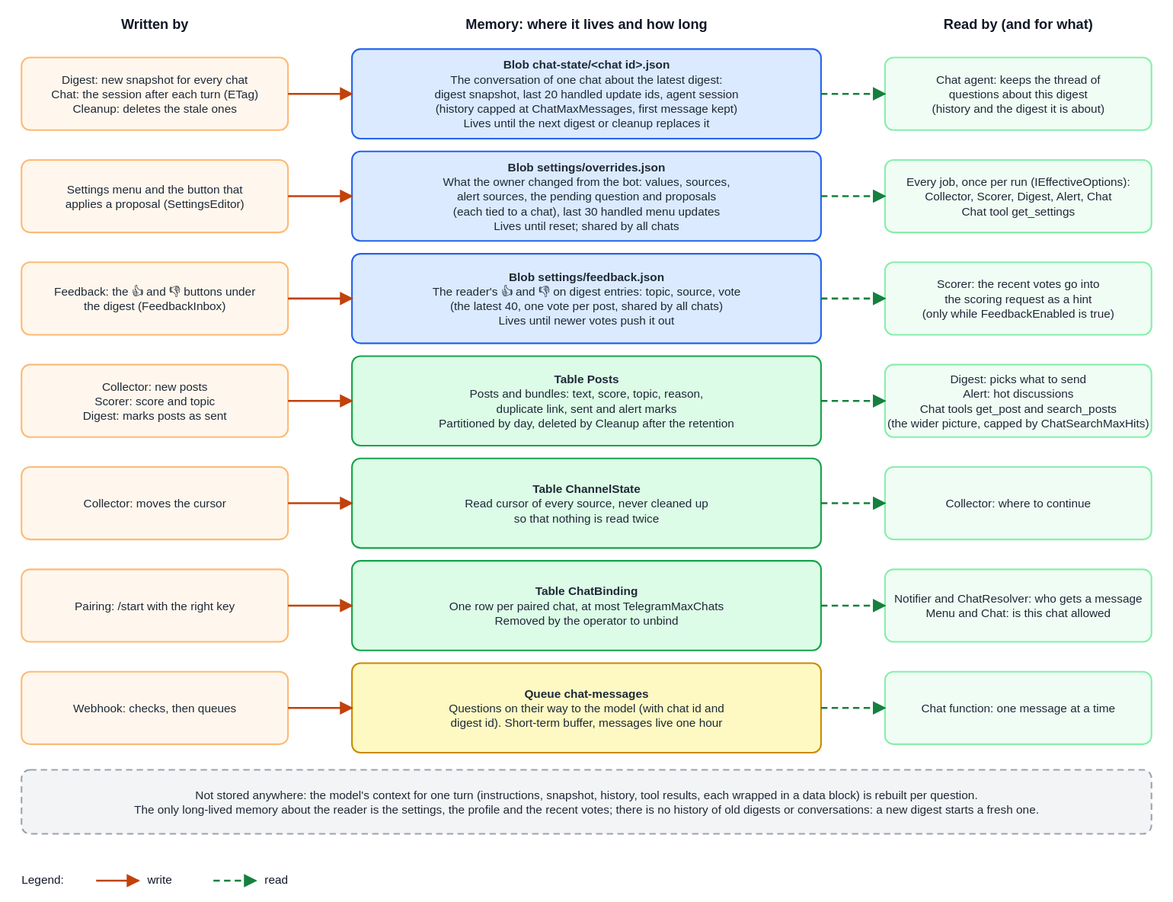
KopylP/signal-feed keeps this draw.io diagram as docs/developer-guide/images/memory.drawio.svg. Above is the earlier version. Source tidied: cells renumbered, new cells last; positions are measured from the earlier drawing's top-left corner, leaving out a move shared by most shapes.
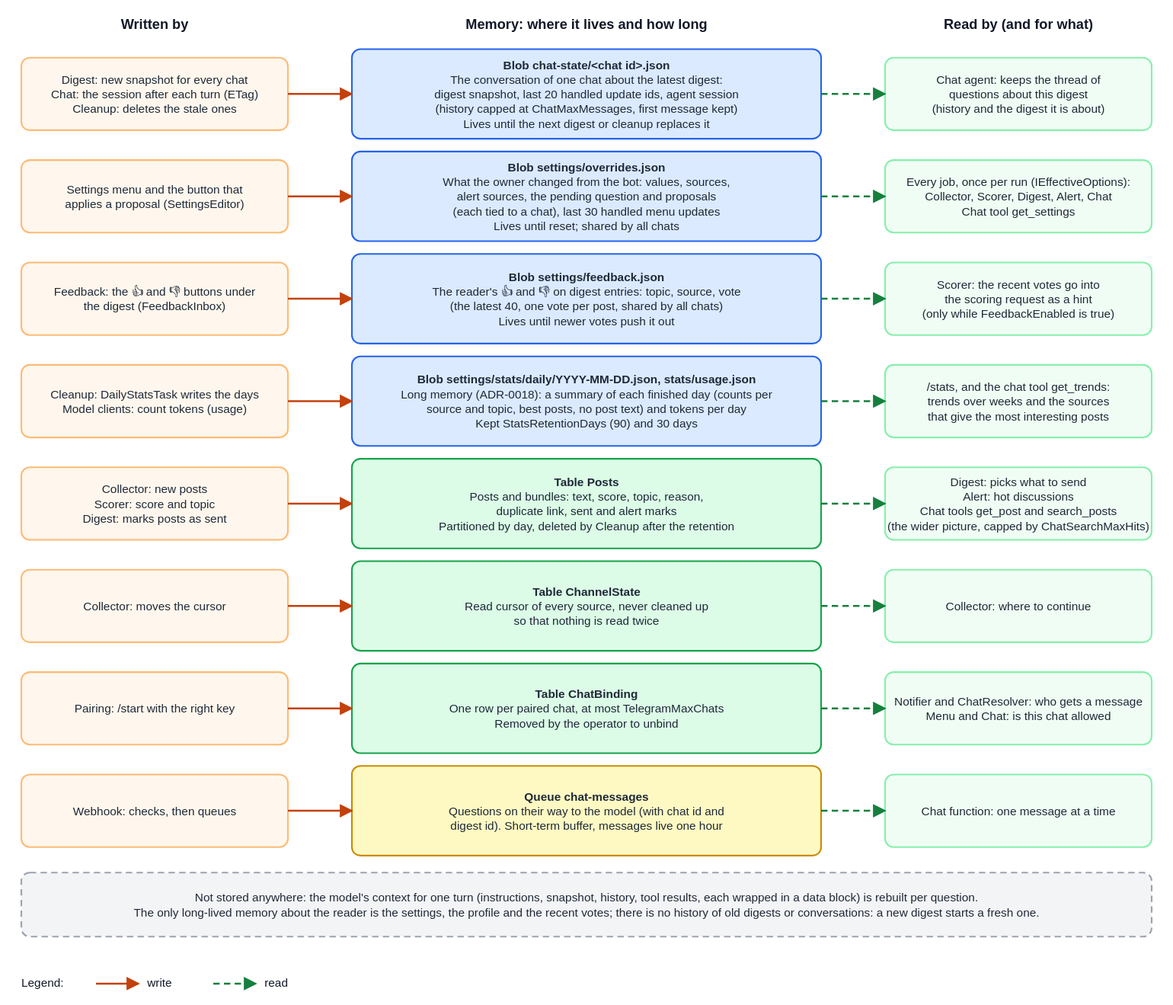
The same diagram one commit later.

The edit, as a diff of the source:
```diff
@@ -3,104 +3,134 @@
     <mxCell id="0" />
     <mxCell id="1" parent="0" />
     <mxCell id="2" value="&lt;b&gt;Written by&lt;/b&gt;" style="text;html=1;whiteSpace=wrap;align=center;verticalAlign=top;spacing=0;fontSize=13;fontColor=#111827;" parent="1" vertex="1">
-      <mxGeometry width="250" height="19" as="geometry" />
+      <mxGeometry y="-96" width="250" height="19" as="geometry" />
     </mxCell>
     <mxCell id="3" value="&lt;b&gt;Memory: where it lives and how long&lt;/b&gt;" style="text;html=1;whiteSpace=wrap;align=center;verticalAlign=top;spacing=0;fontSize=13;fontColor=#111827;" parent="1" vertex="1">
-      <mxGeometry x="310" width="440" height="19" as="geometry" />
+      <mxGeometry x="310" y="-96" width="440" height="19" as="geometry" />
     </mxCell>
     <mxCell id="4" value="&lt;b&gt;Read by (and for what)&lt;/b&gt;" style="text;html=1;whiteSpace=wrap;align=center;verticalAlign=top;spacing=0;fontSize=13;fontColor=#111827;" parent="1" vertex="1">
-      <mxGeometry x="810" width="250" height="19" as="geometry" />
+      <mxGeometry x="810" y="-96" width="250" height="19" as="geometry" />
     </mxCell>
     <mxCell id="5" style="rounded=1;arcSize=6;html=1;strokeColor=#2563eb;fillColor=#dbeafe;strokeWidth=1.5;" parent="1" vertex="1">
-      <mxGeometry x="310" y="32" width="440" height="84" as="geometry" />
+      <mxGeometry x="310" y="-64" width="440" height="84" as="geometry" />
     </mxCell>
     <mxCell id="6" value="&lt;b&gt;Blob  chat-state/&amp;lt;chat id&amp;gt;.json&lt;/b&gt;&lt;br&gt;The conversation of one chat about the latest digest:&lt;br&gt;digest snapshot, last 20 handled update ids, agent session&lt;br&gt;(history capped at ChatMaxMessages, first message kept)&lt;br&gt;Lives until the next digest or cleanup replaces it" style="text;html=1;whiteSpace=wrap;align=center;verticalAlign=top;spacing=0;fontSize=11;fontColor=#1f2937;" parent="1" vertex="1">
-      <mxGeometry x="310" y="39.6" width="440" height="70.8" as="geometry" />
+      <mxGeometry x="310" y="-56.4" width="440" height="70.8" as="geometry" />
     </mxCell>
     <mxCell id="7" style="rounded=1;arcSize=6;html=1;strokeColor=#fdba74;fillColor=#fff7ed;strokeWidth=1.5;" parent="1" vertex="1">
-      <mxGeometry y="40" width="250" height="68" as="geometry" />
+      <mxGeometry y="-56" width="250" height="68" as="geometry" />
     </mxCell>
     <mxCell id="8" value="Digest: new snapshot for every chat&lt;br&gt;Chat: the session after each turn (ETag)&lt;br&gt;Cleanup: deletes the stale ones" style="text;html=1;whiteSpace=wrap;align=center;verticalAlign=top;spacing=0;fontSize=11;fontColor=#1f2937;" parent="1" vertex="1">
-      <mxGeometry y="53.4" width="250" height="43.2" as="geometry" />
+      <mxGeometry y="-42.6" width="250" height="43.2" as="geometry" />
     </mxCell>
     <mxCell id="9" style="rounded=1;arcSize=6;html=1;strokeColor=#86efac;fillColor=#f0fdf4;strokeWidth=1.5;" parent="1" vertex="1">
-      <mxGeometry x="810" y="40" width="250" height="68" as="geometry" />
+      <mxGeometry x="810" y="-56" width="250" height="68" as="geometry" />
     </mxCell>
     <mxCell id="10" value="Chat agent: keeps the thread of&lt;br&gt;questions about this digest&lt;br&gt;(history and the digest it is about)" style="text;html=1;whiteSpace=wrap;align=center;verticalAlign=top;spacing=0;fontSize=11;fontColor=#1f2937;" parent="1" vertex="1">
-      <mxGeometry x="810" y="53.4" width="250" height="43.2" as="geometry" />
+      <mxGeometry x="810" y="-42.6" width="250" height="43.2" as="geometry" />
     </mxCell>
     <mxCell id="11" style="endArrow=block;html=1;strokeColor=#c2410c;strokeWidth=1.8;" parent="1" edge="1">
       <mxGeometry relative="1" as="geometry">
-        <mxPoint x="250" y="74" as="sourcePoint" />
-        <mxPoint x="310" y="74" as="targetPoint" />
+        <mxPoint x="250" y="-22" as="sourcePoint" />
+        <mxPoint x="310" y="-22" as="targetPoint" />
       </mxGeometry>
     </mxCell>
     <mxCell id="12" style="endArrow=block;html=1;strokeColor=#15803d;strokeWidth=1.8;dashed=1;" parent="1" edge="1">
       <mxGeometry relative="1" as="geometry">
-        <mxPoint x="750" y="74" as="sourcePoint" />
-        <mxPoint x="810" y="74" as="targetPoint" />
+        <mxPoint x="750" y="-22" as="sourcePoint" />
+        <mxPoint x="810" y="-22" as="targetPoint" />
       </mxGeometry>
     </mxCell>
     <mxCell id="13" style="rounded=1;arcSize=6;html=1;strokeColor=#2563eb;fillColor=#dbeafe;strokeWidth=1.5;" parent="1" vertex="1">
-      <mxGeometry x="310" y="128" width="440" height="84" as="geometry" />
+      <mxGeometry x="310" y="32" width="440" height="84" as="geometry" />
     </mxCell>
     <mxCell id="14" value="&lt;b&gt;Blob  settings/overrides.json&lt;/b&gt;&lt;br&gt;What the owner changed from the bot: values, sources,&lt;br&gt;alert sources, the pending question and proposals&lt;br&gt;(each tied to a chat), last 30 handled menu updates&lt;br&gt;Lives until reset; shared by all chats" style="text;html=1;whiteSpace=wrap;align=center;verticalAlign=top;spacing=0;fontSize=11;fontColor=#1f2937;" parent="1" vertex="1">
-      <mxGeometry x="310" y="135.6" width="440" height="70.8" as="geometry" />
+      <mxGeometry x="310" y="39.6" width="440" height="70.8" as="geometry" />
     </mxCell>
     <mxCell id="15" style="rounded=1;arcSize=6;html=1;strokeColor=#fdba74;fillColor=#fff7ed;strokeWidth=1.5;" parent="1" vertex="1">
-      <mxGeometry y="136" width="250" height="68" as="geometry" />
+      <mxGeometry y="40" width="250" height="68" as="geometry" />
     </mxCell>
     <mxCell id="16" value="Settings menu and the button that&lt;br&gt;applies a proposal (SettingsEditor)" style="text;html=1;whiteSpace=wrap;align=center;verticalAlign=top;spacing=0;fontSize=11;fontColor=#1f2937;" parent="1" vertex="1">
-      <mxGeometry y="156.2" width="250" height="29.5" as="geometry" />
+      <mxGeometry y="60.2" width="250" height="29.5" as="geometry" />
     </mxCell>
     <mxCell id="17" style="rounded=1;arcSize=6;html=1;strokeColor=#86efac;fillColor=#f0fdf4;strokeWidth=1.5;" parent="1" vertex="1">
-      <mxGeometry x="810" y="136" width="250" height="68" as="geometry" />
+      <mxGeometry x="810" y="40" width="250" height="68" as="geometry" />
     </mxCell>
     <mxCell id="18" value="Every job, once per run (IEffectiveOptions):&lt;br&gt;Collector, Scorer, Digest, Alert, Chat&lt;br&gt;Chat tool get_settings" style="text;html=1;whiteSpace=wrap;align=center;verticalAlign=top;spacing=0;fontSize=11;fontColor=#1f2937;" parent="1" vertex="1">
-      <mxGeometry x="810" y="149.4" width="250" height="43.2" as="geometry" />
+      <mxGeometry x="810" y="53.4" width="250" height="43.2" as="geometry" />
     </mxCell>
     <mxCell id="19" style="endArrow=block;html=1;strokeColor=#c2410c;strokeWidth=1.8;" parent="1" edge="1">
       <mxGeometry relative="1" as="geometry">
-        <mxPoint x="250" y="170" as="sourcePoint" />
-        <mxPoint x="310" y="170" as="targetPoint" />
+        <mxPoint x="250" y="74" as="sourcePoint" />
+        <mxPoint x="310" y="74" as="targetPoint" />
       </mxGeometry>
     </mxCell>
     <mxCell id="20" style="endArrow=block;html=1;strokeColor=#15803d;strokeWidth=1.8;dashed=1;" parent="1" edge="1">
       <mxGeometry relative="1" as="geometry">
-        <mxPoint x="750" y="170" as="sourcePoint" />
-        <mxPoint x="810" y="170" as="targetPoint" />
+        <mxPoint x="750" y="74" as="sourcePoint" />
+        <mxPoint x="810" y="74" as="targetPoint" />
       </mxGeometry>
     </mxCell>
     <mxCell id="21" style="rounded=1;arcSize=6;html=1;strokeColor=#2563eb;fillColor=#dbeafe;strokeWidth=1.5;" parent="1" vertex="1">
-      <mxGeometry x="310" y="224" width="440" height="84" as="geometry" />
+      <mxGeometry x="310" y="128" width="440" height="84" as="geometry" />
     </mxCell>
     <mxCell id="22" value="&lt;b&gt;Blob  settings/feedback.json&lt;/b&gt;&lt;br&gt;The reader's 👍 and 👎 on digest entries: topic, source, vote&lt;br&gt;(the latest 40, one vote per post, shared by all chats)&lt;br&gt;Lives until newer votes push it out" style="text;html=1;whiteSpace=wrap;align=center;verticalAlign=top;spacing=0;fontSize=11;fontColor=#1f2937;" parent="1" vertex="1">
-      <mxGeometry x="310" y="238.5" width="440" height="57" as="geometry" />
+      <mxGeometry x="310" y="142.5" width="440" height="57" as="geometry" />
     </mxCell>
     <mxCell id="23" style="rounded=1;arcSize=6;html=1;strokeColor=#fdba74;fillColor=#fff7ed;strokeWidth=1.5;" parent="1" vertex="1">
-      <mxGeometry y="232" width="250" height="68" as="geometry" />
+      <mxGeometry y="136" width="250" height="68" as="geometry" />
     </mxCell>
     <mxCell id="24" value="Feedback: the 👍 and 👎 buttons under&lt;br&gt;the digest (FeedbackInbox)" style="text;html=1;whiteSpace=wrap;align=center;verticalAlign=top;spacing=0;fontSize=11;fontColor=#1f2937;" parent="1" vertex="1">
-      <mxGeometry y="252.2" width="250" height="29.5" as="geometry" />
+      <mxGeometry y="156.2" width="250" height="29.5" as="geometry" />
     </mxCell>
     <mxCell id="25" style="rounded=1;arcSize=6;html=1;strokeColor=#86efac;fillColor=#f0fdf4;strokeWidth=1.5;" parent="1" vertex="1">
-      <mxGeometry x="810" y="232" width="250" height="68" as="geometry" />
+      <mxGeometry x="810" y="136" width="250" height="68" as="geometry" />
     </mxCell>
     <mxCell id="26" value="Scorer: the recent votes go into&lt;br&gt;the scoring request as a hint&lt;br&gt;(only while FeedbackEnabled is true)" style="text;html=1;whiteSpace=wrap;align=center;verticalAlign=top;spacing=0;fontSize=11;fontColor=#1f2937;" parent="1" vertex="1">
-      <mxGeometry x="810" y="245.4" width="250" height="43.2" as="geometry" />
+      <mxGeometry x="810" y="149.4" width="250" height="43.2" as="geometry" />
     </mxCell>
     <mxCell id="27" style="endArrow=block;html=1;strokeColor=#c2410c;strokeWidth=1.8;" parent="1" edge="1">
       <mxGeometry relative="1" as="geometry">
-        <mxPoint x="250" y="266" as="sourcePoint" />
-        <mxPoint x="310" y="266" as="targetPoint" />
+        <mxPoint x="250" y="170" as="sourcePoint" />
+        <mxPoint x="310" y="170" as="targetPoint" />
       </mxGeometry>
     </mxCell>
     <mxCell id="28" style="endArrow=block;html=1;strokeColor=#15803d;strokeWidth=1.8;dashed=1;" parent="1" edge="1">
       <mxGeometry relative="1" as="geometry">
-        <mxPoint x="750" y="266" as="sourcePoint" />
-        <mxPoint x="810" y="266" as="targetPoint" />
+        <mxPoint x="750" y="170" as="sourcePoint" />
+        <mxPoint x="810" y="170" as="targetPoint" />
       </mxGeometry>
     </mxCell>
+    <mxCell id="68" style="rounded=1;arcSize=6;html=1;strokeColor=#2563eb;fillColor=#dbeafe;strokeWidth=1.5;" parent="1" vertex="1">
+      <mxGeometry x="310" y="224" width="440" height="84" as="geometry" />
+    </mxCell>
+    <mxCell id="69" value="&lt;b&gt;Blob  settings/stats/daily/YYYY-MM-DD.json, stats/usage.json&lt;/b&gt;&lt;br&gt;Long memory (ADR-0018): a summary of each finished day (counts per&lt;br&gt;source and topic, best posts, no post text) and tokens per day&lt;br&gt;Kept StatsRetentionDays (90) and 30 days" style="text;html=1;whiteSpace=wrap;align=center;verticalAlign=top;spacing=0;fontSize=11;fontColor=#1f2937;" parent="1" vertex="1">
+      <mxGeometry x="310" y="238.5" width="440" height="57" as="geometry" />
+    </mxCell>
+    <mxCell id="70" style="rounded=1;arcSize=6;html=1;strokeColor=#fdba74;fillColor=#fff7ed;strokeWidth=1.5;" parent="1" vertex="1">
+      <mxGeometry y="232" width="250" height="68" as="geometry" />
+    </mxCell>
+    <mxCell id="71" value="Cleanup: DailyStatsTask writes the days&lt;br&gt;Model clients: count tokens (usage)" style="text;html=1;whiteSpace=wrap;align=center;verticalAlign=top;spacing=0;fontSize=11;fontColor=#1f2937;" parent="1" vertex="1">
+      <mxGeometry y="252.2" width="250" height="29.5" as="geometry" />
+    </mxCell>
+    <mxCell id="72" style="rounded=1;arcSize=6;html=1;strokeColor=#86efac;fillColor=#f0fdf4;strokeWidth=1.5;" parent="1" vertex="1">
+      <mxGeometry x="810" y="232" width="250" height="68" as="geometry" />
+    </mxCell>
+    <mxCell id="73" value="/stats, and the chat tool get_trends:&lt;br&gt;trends over weeks and the sources&lt;br&gt;that give the most interesting posts" style="text;html=1;whiteSpace=wrap;align=center;verticalAlign=top;spacing=0;fontSize=11;fontColor=#1f2937;" parent="1" vertex="1">
+      <mxGeometry x="810" y="245.4" width="250" height="43.2" as="geometry" />
+    </mxCell>
+    <mxCell id="74" style="endArrow=block;html=1;strokeColor=#c2410c;strokeWidth=1.8;" parent="1" edge="1">
+      <mxGeometry relative="1" as="geometry">
+        <mxPoint x="250" y="266" as="sourcePoint" />
+        <mxPoint x="310" y="266" as="targetPoint" />
+      </mxGeometry>
+    </mxCell>
+    <mxCell id="75" style="endArrow=block;html=1;strokeColor=#15803d;strokeWidth=1.8;dashed=1;" parent="1" edge="1">
+      <mxGeometry relative="1" as="geometry">
+        <mxPoint x="750" y="266" as="sourcePoint" />
+        <mxPoint x="810" y="266" as="targetPoint" />
+      </mxGeometry>
+    </mxCell>
     <mxCell id="29" style="rounded=1;arcSize=6;html=1;strokeColor=#16a34a;fillColor=#dcfce7;strokeWidth=1.5;" parent="1" vertex="1">
       <mxGeometry x="310" y="320" width="440" height="84" as="geometry" />
     </mxCell>
```
